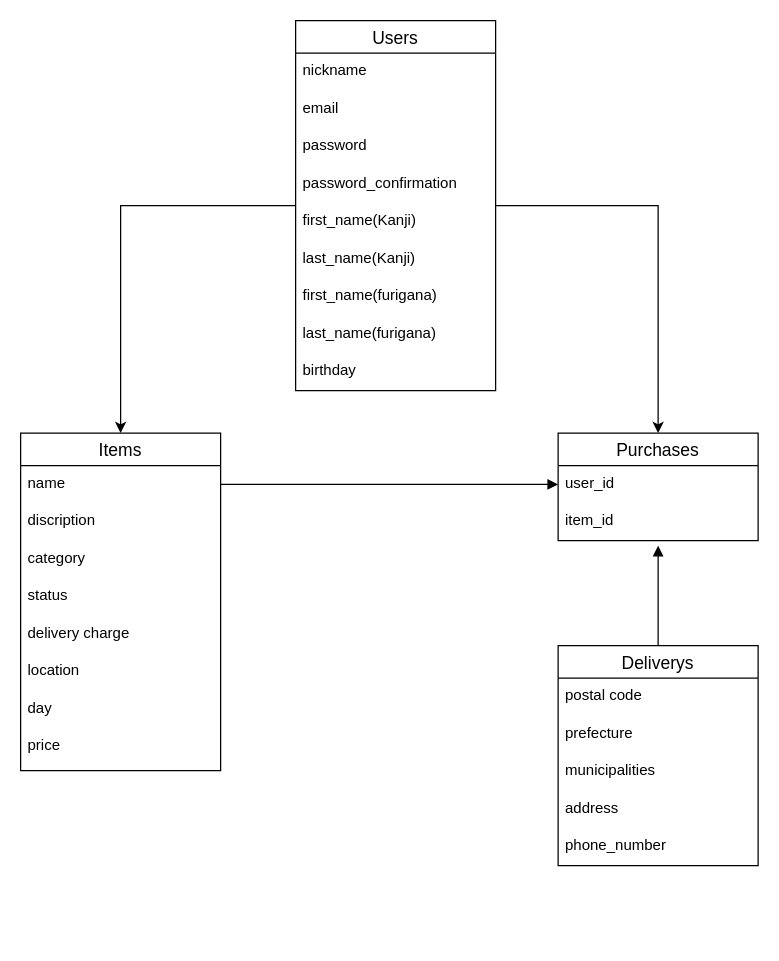
This is data.dio from Gucchi958/furima-35404, a draw.io file, before an edit. Source tidied: cells renumbered, new cells numbered last; positions are measured from the earlier drawing's top-left corner, leaving out a move shared by most shapes. Both pictures are drawn from the tidied source at 125%, with x=0, y=0 at pixel (20, 20).
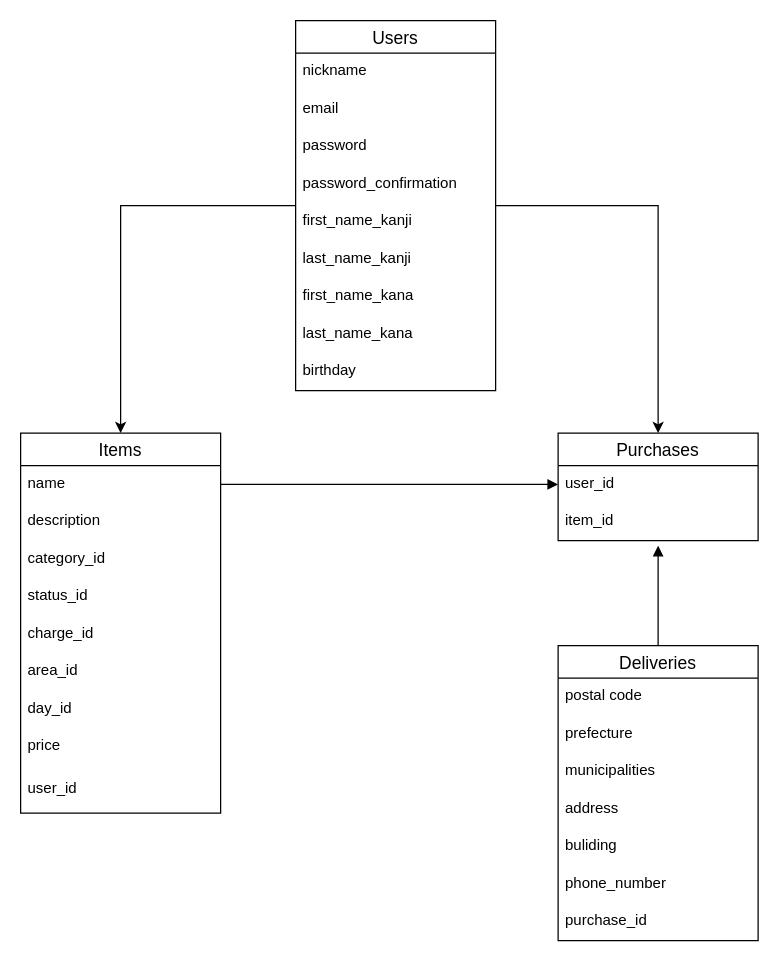
The same diagram, later.

Commit message (it also covers changes not shown here):
データベース設計2

レビュー修正

Unchanged cells that the change refers to:
```xml
<mxCell id="16" value="Users" style="swimlane;fontStyle=0;horizontal=1;startSize=26;align=center;fontSize=14;" parent="1" vertex="1">
  <mxGeometry x="220" width="160" height="296" as="geometry" />
</mxCell>
```

The edit, as a diff of the source:
```diff
@@
     <mxCell id="5" value="Items" style="swimlane;fontStyle=0;horizontal=1;startSize=26;align=center;fontSize=14;" parent="1" vertex="1">
-      <mxGeometry y="330" width="160" height="270" as="geometry" />
+      <mxGeometry y="330" width="160" height="304" as="geometry" />
     </mxCell>
@@
-    <mxCell id="7" value="discription" style="text;strokeColor=none;fillColor=none;spacingLeft=4;spacingRight=4;overflow=hidden;fontSize=12;" parent="5" vertex="1">
+    <mxCell id="7" value="description" style="text;strokeColor=none;fillColor=none;spacingLeft=4;spacingRight=4;overflow=hidden;fontSize=12;" parent="5" vertex="1">
       <mxGeometry y="56" width="160" height="30" as="geometry" />
     </mxCell>
-    <mxCell id="8" value="category" style="text;strokeColor=none;fillColor=none;spacingLeft=4;spacingRight=4;overflow=hidden;fontSize=12;" parent="5" vertex="1">
+    <mxCell id="8" value="category_id" style="text;strokeColor=none;fillColor=none;spacingLeft=4;spacingRight=4;overflow=hidden;fontSize=12;" parent="5" vertex="1">
       <mxGeometry y="86" width="160" height="30" as="geometry" />
     </mxCell>
-    <mxCell id="9" value="status" style="text;strokeColor=none;fillColor=none;spacingLeft=4;spacingRight=4;overflow=hidden;fontSize=12;" parent="5" vertex="1">
+    <mxCell id="9" value="status_id" style="text;strokeColor=none;fillColor=none;spacingLeft=4;spacingRight=4;overflow=hidden;fontSize=12;" parent="5" vertex="1">
       <mxGeometry y="116" width="160" height="30" as="geometry" />
     </mxCell>
-    <mxCell id="10" value="delivery charge" style="text;strokeColor=none;fillColor=none;spacingLeft=4;spacingRight=4;overflow=hidden;fontSize=12;" parent="5" vertex="1">
+    <mxCell id="10" value="charge_id" style="text;strokeColor=none;fillColor=none;spacingLeft=4;spacingRight=4;overflow=hidden;fontSize=12;" parent="5" vertex="1">
       <mxGeometry y="146" width="160" height="30" as="geometry" />
     </mxCell>
-    <mxCell id="11" value="location" style="text;strokeColor=none;fillColor=none;spacingLeft=4;spacingRight=4;overflow=hidden;fontSize=12;" parent="5" vertex="1">
+    <mxCell id="11" value="area_id" style="text;strokeColor=none;fillColor=none;spacingLeft=4;spacingRight=4;overflow=hidden;fontSize=12;" parent="5" vertex="1">
       <mxGeometry y="176" width="160" height="30" as="geometry" />
     </mxCell>
-    <mxCell id="12" value="day" style="text;strokeColor=none;fillColor=none;spacingLeft=4;spacingRight=4;overflow=hidden;fontSize=12;" parent="5" vertex="1">
+    <mxCell id="12" value="day_id" style="text;strokeColor=none;fillColor=none;spacingLeft=4;spacingRight=4;overflow=hidden;fontSize=12;" parent="5" vertex="1">
       <mxGeometry y="206" width="160" height="30" as="geometry" />
     </mxCell>
@@
+    <mxCell id="34" value="user_id" style="text;strokeColor=none;fillColor=none;spacingLeft=4;spacingRight=4;overflow=hidden;fontSize=12;" parent="5" vertex="1">
+      <mxGeometry y="270" width="160" height="34" as="geometry" />
+    </mxCell>
@@
-    <mxCell id="21" value="first_name(Kanji)" style="text;strokeColor=none;fillColor=none;spacingLeft=4;spacingRight=4;overflow=hidden;fontSize=12;" parent="16" vertex="1">
+    <mxCell id="21" value="first_name_kanji" style="text;strokeColor=none;fillColor=none;spacingLeft=4;spacingRight=4;overflow=hidden;fontSize=12;" parent="16" vertex="1">
       <mxGeometry y="146" width="160" height="30" as="geometry" />
     </mxCell>
-    <mxCell id="22" value="last_name(Kanji)" style="text;strokeColor=none;fillColor=none;spacingLeft=4;spacingRight=4;overflow=hidden;fontSize=12;" parent="16" vertex="1">
+    <mxCell id="22" value="last_name_kanji" style="text;strokeColor=none;fillColor=none;spacingLeft=4;spacingRight=4;overflow=hidden;fontSize=12;" parent="16" vertex="1">
       <mxGeometry y="176" width="160" height="30" as="geometry" />
     </mxCell>
-    <mxCell id="23" value="first_name(furigana)" style="text;strokeColor=none;fillColor=none;spacingLeft=4;spacingRight=4;overflow=hidden;fontSize=12;" parent="16" vertex="1">
+    <mxCell id="23" value="first_name_kana" style="text;strokeColor=none;fillColor=none;spacingLeft=4;spacingRight=4;overflow=hidden;fontSize=12;" parent="16" vertex="1">
       <mxGeometry y="206" width="160" height="30" as="geometry" />
     </mxCell>
-    <mxCell id="24" value="last_name(furigana)" style="text;strokeColor=none;fillColor=none;spacingLeft=4;spacingRight=4;overflow=hidden;fontSize=12;" parent="16" vertex="1">
+    <mxCell id="24" value="last_name_kana" style="text;strokeColor=none;fillColor=none;spacingLeft=4;spacingRight=4;overflow=hidden;fontSize=12;" parent="16" vertex="1">
       <mxGeometry y="236" width="160" height="30" as="geometry" />
     </mxCell>
@@
-    <mxCell id="28" value="Deliverys" style="swimlane;fontStyle=0;horizontal=1;startSize=26;align=center;fontSize=14;" parent="1" vertex="1">
-      <mxGeometry x="430" y="500" width="160" height="176" as="geometry" />
+    <mxCell id="28" value="Deliveries" style="swimlane;fontStyle=0;horizontal=1;startSize=26;align=center;fontSize=14;" parent="1" vertex="1">
+      <mxGeometry x="430" y="500" width="160" height="236" as="geometry" />
     </mxCell>
@@
+    <mxCell id="35" value="buliding" style="text;strokeColor=none;fillColor=none;spacingLeft=4;spacingRight=4;overflow=hidden;fontSize=12;" parent="28" vertex="1">
+      <mxGeometry y="146" width="160" height="30" as="geometry" />
+    </mxCell>
     <mxCell id="33" value="phone_number" style="text;strokeColor=none;fillColor=none;spacingLeft=4;spacingRight=4;overflow=hidden;fontSize=12;" parent="28" vertex="1">
-      <mxGeometry y="146" width="160" height="30" as="geometry" />
+      <mxGeometry y="176" width="160" height="30" as="geometry" />
     </mxCell>
+    <mxCell id="36" value="purchase_id" style="text;strokeColor=none;fillColor=none;spacingLeft=4;spacingRight=4;overflow=hidden;fontSize=12;" parent="28" vertex="1">
+      <mxGeometry y="206" width="160" height="30" as="geometry" />
+    </mxCell>
```
